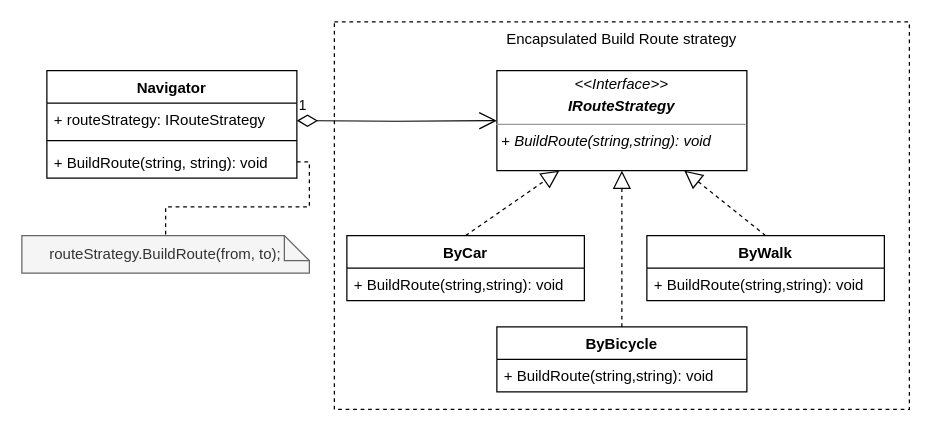
This is Doc/StrategyNavigate.drawio from JanOlajec/DesignPatterns, a draw.io file, before an edit. Source tidied: cells renumbered, new cells numbered last; positions are measured from the earlier drawing's top-left corner, leaving out a move shared by most shapes. Both pictures are drawn from the tidied source at 125%, with x=0, y=0 at pixel (21, 21).
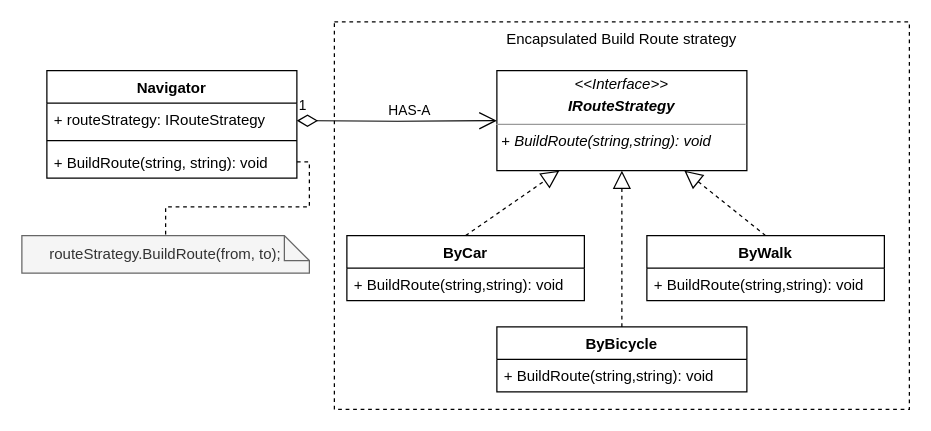
After the change.

Unchanged cells that the change refers to:
```xml
<mxCell id="7" value="1" style="endArrow=open;html=1;endSize=12;startArrow=diamondThin;startSize=14;startFill=0;edgeStyle=orthogonalEdgeStyle;align=left;verticalAlign=bottom;rounded=0;entryX=0;entryY=0.5;entryDx=0;entryDy=0;" parent="1" edge="1" target="11">
  <mxGeometry x="-1" y="3" relative="1" as="geometry">
    <mxPoint x="220" y="79" as="sourcePoint" />
  </mxGeometry>
</mxCell>
```

The edit, as a diff of the source:
```diff
@@
+    <mxCell id="20" value="&lt;div&gt;HAS-A&lt;/div&gt;" style="edgeLabel;html=1;align=center;verticalAlign=middle;" parent="7" vertex="1">
+      <mxGeometry x="0.75" y="1" relative="1" as="geometry">
+        <mxPoint x="-50" y="-8" as="offset" />
+      </mxGeometry>
+    </mxCell>
```
